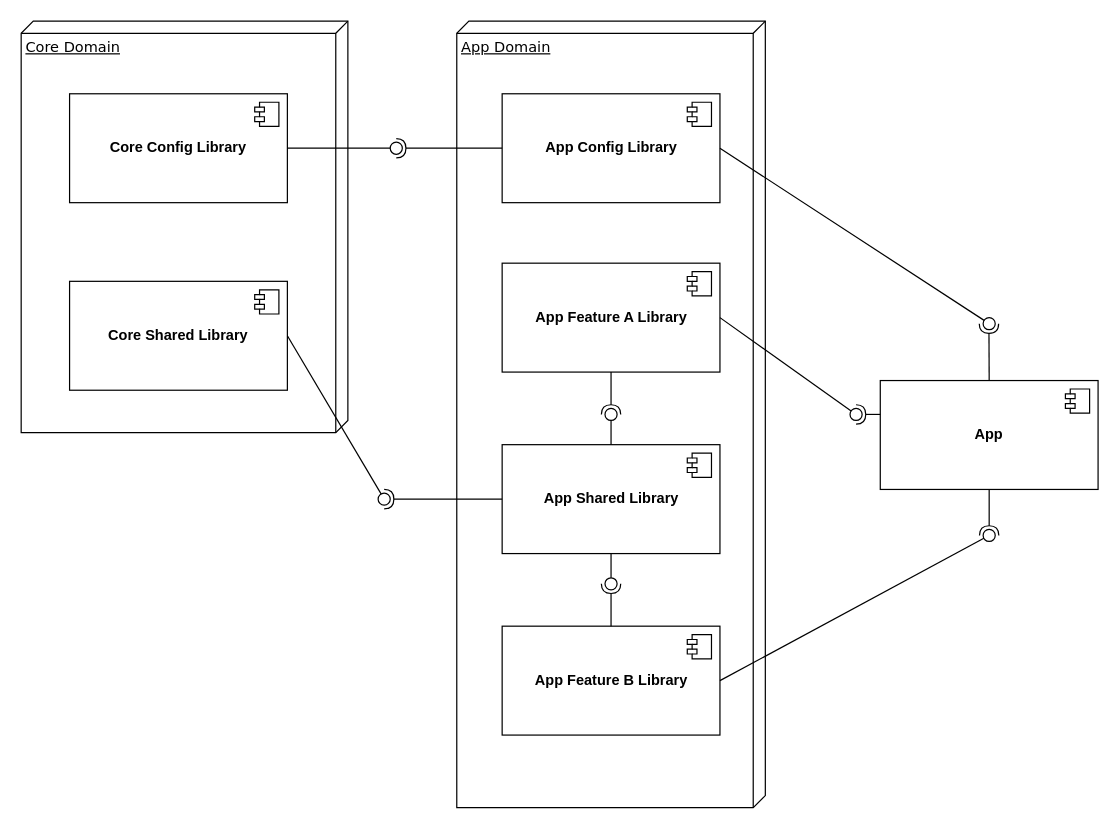
Above: Best Practice/monorepo-component-diagram.drawio in fadlurahmanfdev/draw_io (draw.io), before the change. Source tidied: cells renumbered, new cells numbered last; positions are measured from the earlier drawing's top-left corner, leaving out a move shared by most shapes. Both pictures are drawn from the tidied source at 121%, with x=0, y=0 at pixel (21, 21).
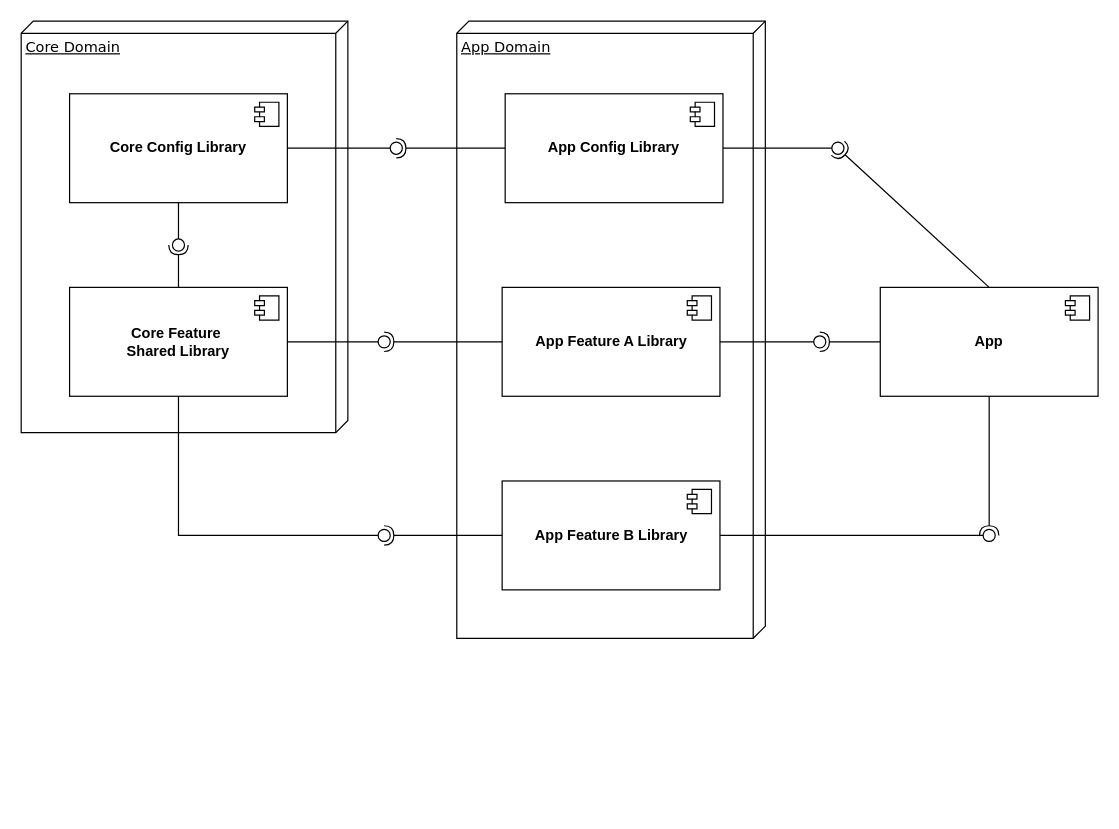
The same page after the edit.

Unchanged cells that the change refers to:
```xml
<mxCell id="15" style="ellipse;whiteSpace=wrap;html=1;align=center;fillColor=none;strokeColor=none;perimeter=centerPerimeter;points=[];outlineConnect=1;rotation=-90;" parent="1" vertex="1">
  <mxGeometry x="482.5" y="320" width="10" height="10" as="geometry" />
</mxCell>
<mxCell id="27" style="ellipse;whiteSpace=wrap;html=1;align=center;fillColor=none;strokeColor=none;perimeter=centerPerimeter;points=[];outlineConnect=1;" parent="1" vertex="1">
  <mxGeometry x="305" y="100" width="10" height="10" as="geometry" />
</mxCell>
<mxCell id="30" style="ellipse;whiteSpace=wrap;html=1;align=center;fillColor=none;strokeColor=none;perimeter=centerPerimeter;points=[];outlineConnect=1;" parent="1" vertex="1">
  <mxGeometry x="295" y="390" width="10" height="10" as="geometry" />
</mxCell>
```

What changed in the source:
```diff
@@
-    <mxCell id="3" value="&lt;b&gt;Core Config Library&lt;/b&gt;" style="html=1;whiteSpace=wrap;" parent="1" vertex="1">
+    <mxCell id="3" value="&lt;b&gt;Core Config Library&lt;/b&gt;" style="html=1;whiteSpace=wrap;rotation=0;" parent="1" vertex="1">
       <mxGeometry x="40" y="60" width="180" height="90" as="geometry" />
     </mxCell>
@@
-    <mxCell id="5" value="&lt;b&gt;Core Shared Library&lt;/b&gt;" style="html=1;whiteSpace=wrap;" parent="1" vertex="1">
-      <mxGeometry x="40" y="215" width="180" height="90" as="geometry" />
+    <mxCell id="5" value="&lt;b&gt;Core Feature&amp;nbsp;&lt;/b&gt;&lt;div&gt;&lt;b&gt;Shared Library&lt;/b&gt;&lt;/div&gt;" style="html=1;whiteSpace=wrap;" parent="1" vertex="1">
+      <mxGeometry x="40" y="220" width="180" height="90" as="geometry" />
     </mxCell>
@@
     <mxCell id="8" value="App Domain" style="verticalAlign=top;align=left;spacingTop=8;spacingLeft=2;spacingRight=12;shape=cube;size=10;direction=south;fontStyle=4;html=1;rounded=0;shadow=0;comic=0;labelBackgroundColor=none;strokeWidth=1;fontFamily=Verdana;fontSize=12;" parent="1" vertex="1">
-      <mxGeometry x="360" width="255" height="650" as="geometry" />
+      <mxGeometry x="360" width="255" height="510" as="geometry" />
     </mxCell>
     <mxCell id="9" value="&lt;b&gt;App Feature A Library&lt;/b&gt;" style="html=1;whiteSpace=wrap;" parent="1" vertex="1">
-      <mxGeometry x="397.5" y="200" width="180" height="90" as="geometry" />
+      <mxGeometry x="397.5" y="220" width="180" height="90" as="geometry" />
     </mxCell>
@@
-    <mxCell id="11" value="&lt;b&gt;App Shared Library&lt;/b&gt;" style="html=1;whiteSpace=wrap;" parent="1" vertex="1">
-      <mxGeometry x="397.5" y="350" width="180" height="90" as="geometry" />
-    </mxCell>
-    <mxCell id="12" style="shape=module;jettyWidth=8;jettyHeight=4;" parent="11" vertex="1">
-      <mxGeometry x="1" width="20" height="20" relative="1" as="geometry">
-        <mxPoint x="-27" y="7" as="offset" />
-      </mxGeometry>
-    </mxCell>
-    <mxCell id="13" style="rounded=0;jettySize=auto;html=1;endArrow=halfCircle;endFill=0;endSize=6;strokeWidth=1;sketch=0;exitX=0.5;exitY=1;exitDx=0;exitDy=0;" parent="1" edge="1" source="9" target="15">
-      <mxGeometry relative="1" as="geometry" />
-    </mxCell>
-    <mxCell id="14" style="rounded=0;jettySize=auto;html=1;endArrow=oval;endFill=0;sketch=0;sourcePerimeterSpacing=0;targetPerimeterSpacing=0;endSize=10;exitX=0.5;exitY=0;exitDx=0;exitDy=0;" parent="1" edge="1" source="11" target="15">
-      <mxGeometry relative="1" as="geometry" />
-    </mxCell>
@@
     <mxCell id="16" value="&lt;b&gt;App Feature B Library&lt;/b&gt;" style="html=1;whiteSpace=wrap;" parent="1" vertex="1">
-      <mxGeometry x="397.5" y="500" width="180" height="90" as="geometry" />
+      <mxGeometry x="397.5" y="380" width="180" height="90" as="geometry" />
     </mxCell>
@@
-    <mxCell id="18" style="rounded=0;jettySize=auto;html=1;endArrow=halfCircle;endFill=0;endSize=6;strokeWidth=1;sketch=0;exitX=0.5;exitY=0;exitDx=0;exitDy=0;" parent="1" edge="1" source="16" target="20">
-      <mxGeometry relative="1" as="geometry" />
-    </mxCell>
-    <mxCell id="19" style="rounded=0;jettySize=auto;html=1;endArrow=oval;endFill=0;sketch=0;sourcePerimeterSpacing=0;targetPerimeterSpacing=0;endSize=10;exitX=0.5;exitY=1;exitDx=0;exitDy=0;" parent="1" edge="1" source="11" target="20">
-      <mxGeometry relative="1" as="geometry" />
-    </mxCell>
-    <mxCell id="20" style="ellipse;whiteSpace=wrap;html=1;align=center;fillColor=none;strokeColor=none;perimeter=centerPerimeter;points=[];outlineConnect=1;rotation=90;" parent="1" vertex="1">
-      <mxGeometry x="482.5" y="460" width="10" height="10" as="geometry" />
-    </mxCell>
     <mxCell id="21" value="&lt;b&gt;App&lt;/b&gt;" style="html=1;whiteSpace=wrap;" parent="1" vertex="1">
-      <mxGeometry x="710" y="297" width="180" height="90" as="geometry" />
+      <mxGeometry x="710" y="220" width="180" height="90" as="geometry" />
     </mxCell>
@@
-    <mxCell id="23" value="&lt;b&gt;App Config Library&lt;/b&gt;" style="html=1;whiteSpace=wrap;" parent="1" vertex="1">
-      <mxGeometry x="397.5" y="60" width="180" height="90" as="geometry" />
-    </mxCell>
-    <mxCell id="24" style="shape=module;jettyWidth=8;jettyHeight=4;" parent="23" vertex="1">
-      <mxGeometry x="1" width="20" height="20" relative="1" as="geometry">
-        <mxPoint x="-27" y="7" as="offset" />
-      </mxGeometry>
-    </mxCell>
-    <mxCell id="25" style="rounded=0;jettySize=auto;html=1;endArrow=halfCircle;endFill=0;endSize=6;strokeWidth=1;sketch=0;exitX=0;exitY=0.5;exitDx=0;exitDy=0;" parent="1" edge="1" source="23" target="27">
-      <mxGeometry relative="1" as="geometry" />
-    </mxCell>
-    <mxCell id="26" style="rounded=0;jettySize=auto;html=1;endArrow=oval;endFill=0;sketch=0;sourcePerimeterSpacing=0;targetPerimeterSpacing=0;endSize=10;exitX=1;exitY=0.5;exitDx=0;exitDy=0;" parent="1" edge="1" source="3" target="27">
-      <mxGeometry relative="1" as="geometry" />
-    </mxCell>
@@
-    <mxCell id="28" style="rounded=0;jettySize=auto;html=1;endArrow=halfCircle;endFill=0;endSize=6;strokeWidth=1;sketch=0;exitX=0;exitY=0.5;exitDx=0;exitDy=0;" parent="1" edge="1" source="11" target="30">
-      <mxGeometry relative="1" as="geometry" />
-    </mxCell>
-    <mxCell id="29" style="rounded=0;jettySize=auto;html=1;endArrow=oval;endFill=0;sketch=0;sourcePerimeterSpacing=0;targetPerimeterSpacing=0;endSize=10;exitX=1;exitY=0.5;exitDx=0;exitDy=0;" parent="1" edge="1" source="5" target="30">
-      <mxGeometry relative="1" as="geometry" />
-    </mxCell>
@@
-    <mxCell id="32" style="rounded=0;jettySize=auto;html=1;endArrow=halfCircle;endFill=0;endSize=6;strokeWidth=1;sketch=0;" parent="1" edge="1" target="34">
-      <mxGeometry relative="1" as="geometry">
-        <mxPoint x="710" y="325" as="sourcePoint" />
-      </mxGeometry>
-    </mxCell>
-    <mxCell id="33" style="rounded=0;jettySize=auto;html=1;endArrow=oval;endFill=0;sketch=0;sourcePerimeterSpacing=0;targetPerimeterSpacing=0;endSize=10;exitX=1;exitY=0.5;exitDx=0;exitDy=0;" parent="1" edge="1" source="9" target="34">
-      <mxGeometry relative="1" as="geometry" />
-    </mxCell>
-    <mxCell id="34" style="ellipse;whiteSpace=wrap;html=1;align=center;fillColor=none;strokeColor=none;perimeter=centerPerimeter;points=[];outlineConnect=1;" parent="1" vertex="1">
-      <mxGeometry x="685" y="320" width="10" height="10" as="geometry" />
-    </mxCell>
-    <mxCell id="35" style="rounded=0;jettySize=auto;html=1;endArrow=halfCircle;endFill=0;endSize=6;strokeWidth=1;sketch=0;exitX=0.5;exitY=0;exitDx=0;exitDy=0;" parent="1" edge="1" source="21">
-      <mxGeometry relative="1" as="geometry">
-        <mxPoint x="799.8" y="250" as="targetPoint" />
-      </mxGeometry>
-    </mxCell>
-    <mxCell id="36" style="rounded=0;jettySize=auto;html=1;endArrow=oval;endFill=0;sketch=0;sourcePerimeterSpacing=0;targetPerimeterSpacing=0;endSize=10;exitX=1;exitY=0.5;exitDx=0;exitDy=0;" parent="1" edge="1" source="23">
-      <mxGeometry relative="1" as="geometry">
-        <mxPoint x="800" y="250" as="targetPoint" />
-      </mxGeometry>
-    </mxCell>
@@
+    <mxCell id="41" style="rounded=0;jettySize=auto;html=1;endArrow=halfCircle;endFill=0;endSize=6;strokeWidth=1;sketch=0;exitX=0.5;exitY=0;exitDx=0;exitDy=0;" parent="1" edge="1" source="5" target="43">
+      <mxGeometry relative="1" as="geometry" />
+    </mxCell>
+    <mxCell id="42" style="rounded=0;jettySize=auto;html=1;endArrow=oval;endFill=0;sketch=0;sourcePerimeterSpacing=0;targetPerimeterSpacing=0;endSize=10;exitX=0.5;exitY=1;exitDx=0;exitDy=0;" parent="1" edge="1" source="3" target="43">
+      <mxGeometry relative="1" as="geometry" />
+    </mxCell>
+    <mxCell id="43" style="ellipse;whiteSpace=wrap;html=1;align=center;fillColor=none;strokeColor=none;perimeter=centerPerimeter;points=[];outlineConnect=1;rotation=90;" parent="1" vertex="1">
+      <mxGeometry x="125" y="180" width="10" height="10" as="geometry" />
+    </mxCell>
+    <mxCell id="44" style="rounded=0;jettySize=auto;html=1;endArrow=halfCircle;endFill=0;endSize=6;strokeWidth=1;sketch=0;exitX=0;exitY=0.5;exitDx=0;exitDy=0;" parent="1" edge="1" source="9" target="46">
+      <mxGeometry relative="1" as="geometry" />
+    </mxCell>
+    <mxCell id="45" style="rounded=0;jettySize=auto;html=1;endArrow=oval;endFill=0;sketch=0;sourcePerimeterSpacing=0;targetPerimeterSpacing=0;endSize=10;exitX=1;exitY=0.5;exitDx=0;exitDy=0;" parent="1" edge="1" source="5" target="46">
+      <mxGeometry relative="1" as="geometry" />
+    </mxCell>
+    <mxCell id="46" style="ellipse;whiteSpace=wrap;html=1;align=center;fillColor=none;strokeColor=none;perimeter=centerPerimeter;points=[];outlineConnect=1;" parent="1" vertex="1">
+      <mxGeometry x="295" y="260" width="10" height="10" as="geometry" />
+    </mxCell>
+    <mxCell id="47" style="rounded=0;jettySize=auto;html=1;endArrow=halfCircle;endFill=0;endSize=6;strokeWidth=1;sketch=0;exitX=0;exitY=0.5;exitDx=0;exitDy=0;" parent="1" edge="1" source="16" target="49">
+      <mxGeometry relative="1" as="geometry" />
+    </mxCell>
+    <mxCell id="48" style="rounded=0;jettySize=auto;html=1;endArrow=oval;endFill=0;sketch=0;sourcePerimeterSpacing=0;targetPerimeterSpacing=0;endSize=10;exitX=0.5;exitY=1;exitDx=0;exitDy=0;" parent="1" edge="1" source="5" target="49">
+      <mxGeometry relative="1" as="geometry">
+        <Array as="points">
+          <mxPoint x="130" y="425" />
+        </Array>
+      </mxGeometry>
+    </mxCell>
+    <mxCell id="49" style="ellipse;whiteSpace=wrap;html=1;align=center;fillColor=none;strokeColor=none;perimeter=centerPerimeter;points=[];outlineConnect=1;" parent="1" vertex="1">
+      <mxGeometry x="295" y="420" width="10" height="10" as="geometry" />
+    </mxCell>
+    <mxCell id="50" style="ellipse;whiteSpace=wrap;html=1;align=center;fillColor=none;strokeColor=none;perimeter=centerPerimeter;rotation=90;" parent="1" vertex="1">
+      <mxGeometry x="795" y="150" width="10" height="10" as="geometry" />
+    </mxCell>
+    <mxCell id="51" style="ellipse;whiteSpace=wrap;html=1;align=center;fillColor=none;strokeColor=none;perimeter=centerPerimeter;rotation=90;" parent="1" vertex="1">
+      <mxGeometry x="485" y="170" width="10" height="10" as="geometry" />
+    </mxCell>
+    <mxCell id="52" style="ellipse;whiteSpace=wrap;html=1;align=center;fillColor=none;strokeColor=none;perimeter=centerPerimeter;" parent="1" vertex="1">
+      <mxGeometry x="305" y="120" width="10" height="10" as="geometry" />
+    </mxCell>
+    <mxCell id="53" style="ellipse;whiteSpace=wrap;html=1;align=center;fillColor=none;strokeColor=none;perimeter=centerPerimeter;" parent="1" vertex="1">
+      <mxGeometry x="305" y="100" width="10" height="10" as="geometry" />
+    </mxCell>
+    <mxCell id="23" value="&lt;b&gt;App Config Library&lt;/b&gt;" style="html=1;whiteSpace=wrap;rotation=0;" parent="1" vertex="1">
+      <mxGeometry x="400" y="60" width="180" height="90" as="geometry" />
+    </mxCell>
+    <mxCell id="54" style="shape=module;jettyWidth=8;jettyHeight=4;" parent="23" vertex="1">
+      <mxGeometry x="1" width="20" height="20" relative="1" as="geometry">
+        <mxPoint x="-27" y="7" as="offset" />
+      </mxGeometry>
+    </mxCell>
+    <mxCell id="55" style="ellipse;whiteSpace=wrap;html=1;align=center;fillColor=none;strokeColor=none;perimeter=centerPerimeter;" parent="1" vertex="1">
+      <mxGeometry x="305" y="100" width="10" height="10" as="geometry" />
+    </mxCell>
+    <mxCell id="56" style="ellipse;whiteSpace=wrap;html=1;align=center;fillColor=none;strokeColor=none;perimeter=centerPerimeter;" parent="1" vertex="1">
+      <mxGeometry x="305" y="80" width="10" height="10" as="geometry" />
+    </mxCell>
+    <mxCell id="57" style="ellipse;whiteSpace=wrap;html=1;align=center;fillColor=none;strokeColor=none;perimeter=centerPerimeter;" parent="1" vertex="1">
+      <mxGeometry x="305" y="80" width="10" height="10" as="geometry" />
+    </mxCell>
+    <mxCell id="58" style="ellipse;whiteSpace=wrap;html=1;align=center;fillColor=none;strokeColor=none;perimeter=centerPerimeter;" parent="1" vertex="1">
+      <mxGeometry x="310" y="200" width="10" height="10" as="geometry" />
+    </mxCell>
+    <mxCell id="59" style="rounded=0;jettySize=auto;html=1;endArrow=halfCircle;endFill=0;endSize=6;strokeWidth=1;sketch=0;exitX=0;exitY=0.5;exitDx=0;exitDy=0;" parent="1" edge="1" source="23" target="61">
+      <mxGeometry relative="1" as="geometry" />
+    </mxCell>
+    <mxCell id="60" style="rounded=0;jettySize=auto;html=1;endArrow=oval;endFill=0;sketch=0;sourcePerimeterSpacing=0;targetPerimeterSpacing=0;endSize=10;exitX=1;exitY=0.5;exitDx=0;exitDy=0;" parent="1" edge="1" source="3" target="61">
+      <mxGeometry relative="1" as="geometry" />
+    </mxCell>
+    <mxCell id="61" style="ellipse;whiteSpace=wrap;html=1;align=center;fillColor=none;strokeColor=none;perimeter=centerPerimeter;points=[];outlineConnect=1;" parent="1" vertex="1">
+      <mxGeometry x="305" y="100" width="10" height="10" as="geometry" />
+    </mxCell>
+    <mxCell id="62" style="ellipse;whiteSpace=wrap;html=1;align=center;fillColor=none;strokeColor=none;perimeter=centerPerimeter;" parent="1" vertex="1">
+      <mxGeometry x="605" y="100" width="10" height="10" as="geometry" />
+    </mxCell>
+    <mxCell id="63" style="ellipse;whiteSpace=wrap;html=1;align=center;fillColor=none;strokeColor=none;perimeter=centerPerimeter;" parent="1" vertex="1">
+      <mxGeometry x="770" y="100" width="10" height="10" as="geometry" />
+    </mxCell>
+    <mxCell id="64" style="rounded=0;jettySize=auto;html=1;endArrow=halfCircle;endFill=0;endSize=6;strokeWidth=1;sketch=0;exitX=0.5;exitY=0;exitDx=0;exitDy=0;" parent="1" edge="1" source="21" target="66">
+      <mxGeometry relative="1" as="geometry" />
+    </mxCell>
+    <mxCell id="65" style="rounded=0;jettySize=auto;html=1;endArrow=oval;endFill=0;sketch=0;sourcePerimeterSpacing=0;targetPerimeterSpacing=0;endSize=10;exitX=1;exitY=0.5;exitDx=0;exitDy=0;" parent="1" edge="1" source="23" target="66">
+      <mxGeometry relative="1" as="geometry" />
+    </mxCell>
+    <mxCell id="66" style="ellipse;whiteSpace=wrap;html=1;align=center;fillColor=none;strokeColor=none;perimeter=centerPerimeter;points=[];outlineConnect=1;" parent="1" vertex="1">
+      <mxGeometry x="670" y="100" width="10" height="10" as="geometry" />
+    </mxCell>
+    <mxCell id="67" style="ellipse;whiteSpace=wrap;html=1;align=center;fillColor=none;strokeColor=none;perimeter=centerPerimeter;" parent="1" vertex="1">
+      <mxGeometry x="635" y="260" width="10" height="10" as="geometry" />
+    </mxCell>
+    <mxCell id="68" style="ellipse;whiteSpace=wrap;html=1;align=center;fillColor=none;strokeColor=none;perimeter=centerPerimeter;" parent="1" vertex="1">
+      <mxGeometry x="635" y="270" width="10" height="10" as="geometry" />
+    </mxCell>
+    <mxCell id="69" style="rounded=0;jettySize=auto;html=1;endArrow=halfCircle;endFill=0;endSize=6;strokeWidth=1;sketch=0;exitX=0;exitY=0.5;exitDx=0;exitDy=0;" parent="1" edge="1" source="21" target="71">
+      <mxGeometry relative="1" as="geometry" />
+    </mxCell>
+    <mxCell id="70" style="rounded=0;jettySize=auto;html=1;endArrow=oval;endFill=0;sketch=0;sourcePerimeterSpacing=0;targetPerimeterSpacing=0;endSize=10;exitX=1;exitY=0.5;exitDx=0;exitDy=0;" parent="1" edge="1" source="9" target="71">
+      <mxGeometry relative="1" as="geometry" />
+    </mxCell>
+    <mxCell id="71" style="ellipse;whiteSpace=wrap;html=1;align=center;fillColor=none;strokeColor=none;perimeter=centerPerimeter;points=[];outlineConnect=1;" parent="1" vertex="1">
+      <mxGeometry x="655" y="260" width="10" height="10" as="geometry" />
+    </mxCell>
```
